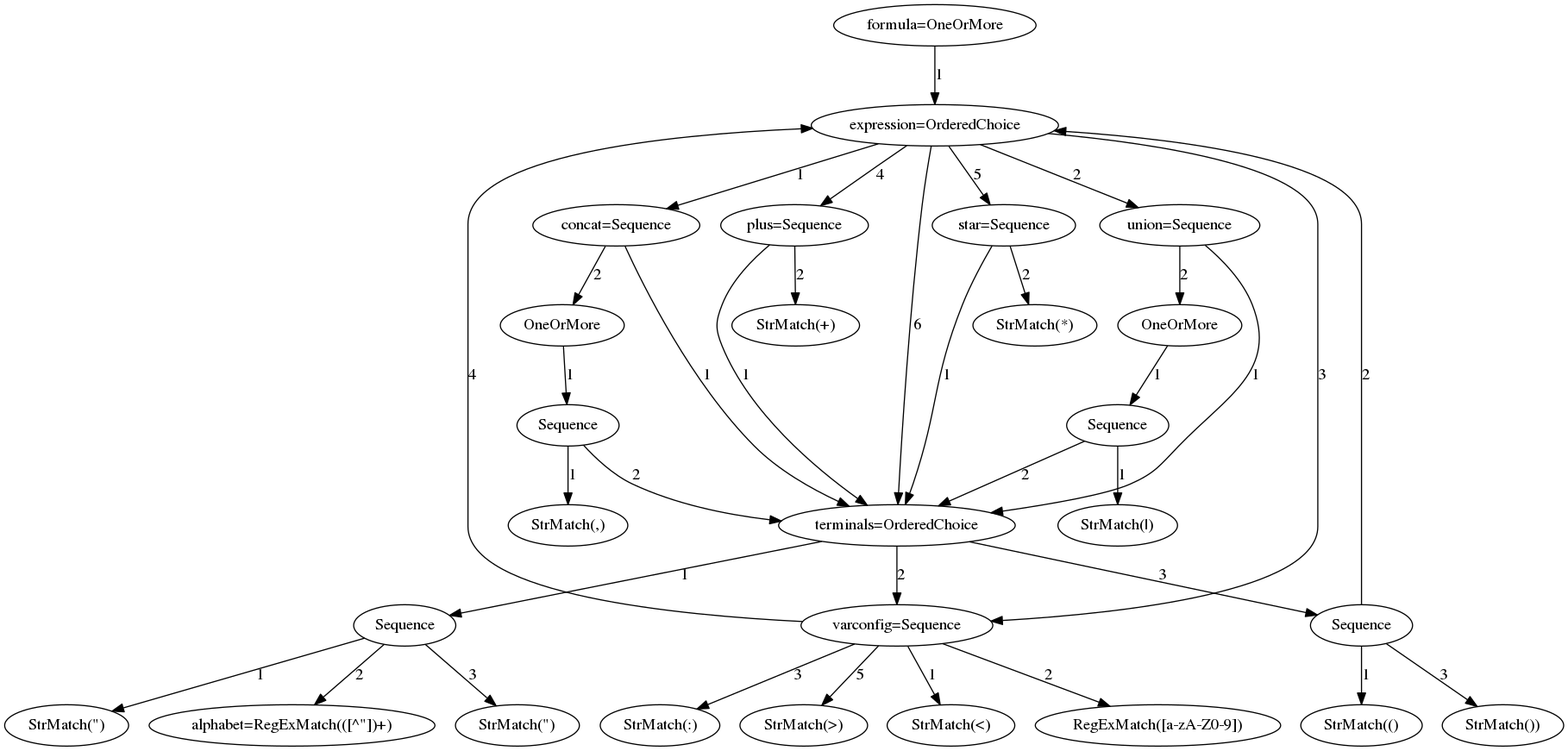
This is formula_parser_model.dot.png from yipsimon/DocumentSpanners_MSc, a Graphviz export, as it was before one commit. Its source is kept beside it as formula_parser_model.dot.
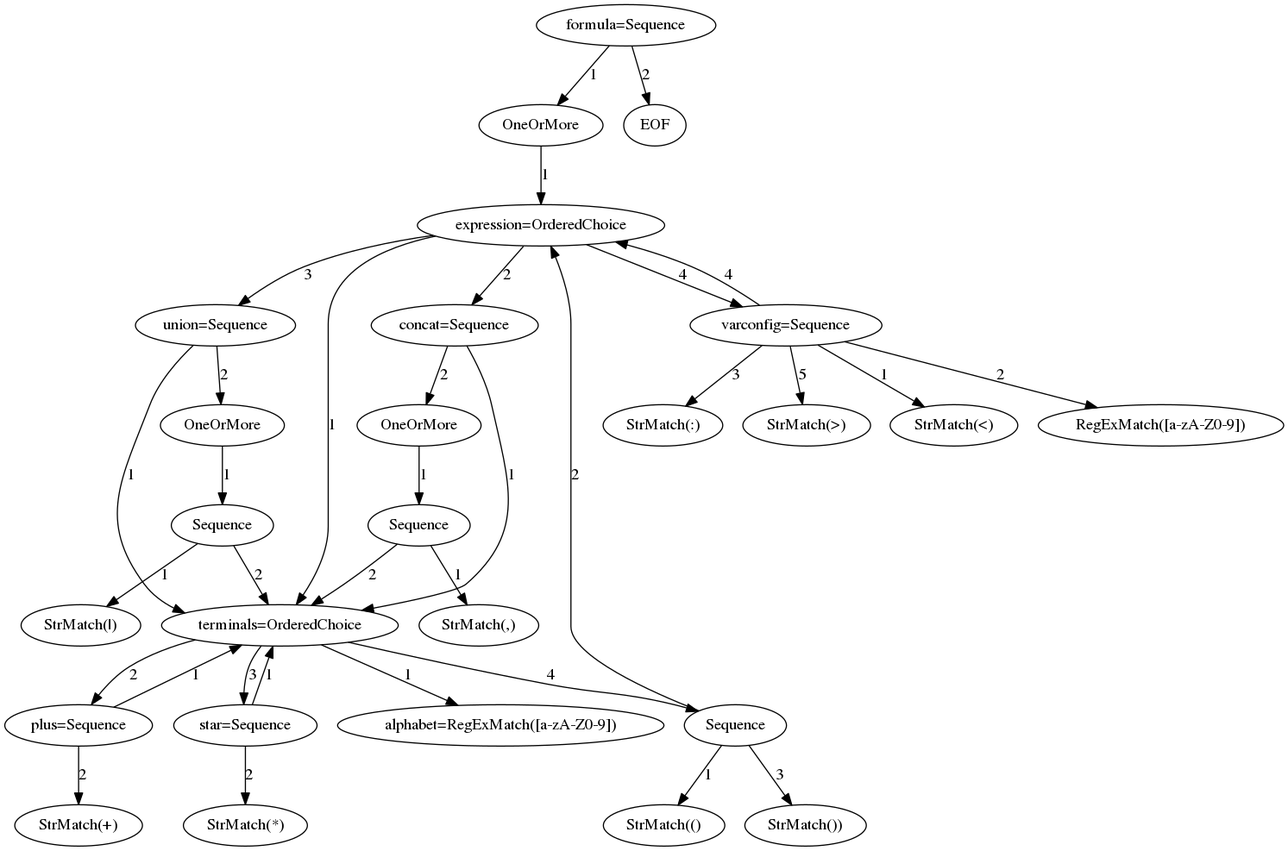
Later version of the same file.

Diff of the diagram source:
```diff
@@ -1,99 +1,96 @@
 digraph arpeggio_graph {
-139739041235072 [label="formula=OneOrMore"];
-139739041235072->139739041235184 [label="1"]
+140060072292080 [label="formula=Sequence"];
+140060072292080->140060072292024 [label="1"]
 
-139739041235184 [label="expression=OrderedChoice"];
-139739041235184->139739039646384 [label="1"]
+140060072292024 [label="OneOrMore"];
+140060072292024->140060070736616 [label="1"]
 
-139739039646384 [label="concat=Sequence"];
-139739039646384->139739028059192 [label="1"]
+140060070736616 [label="expression=OrderedChoice"];
+140060070736616->140060059144936 [label="1"]
 
-139739028059192 [label="terminals=OrderedChoice"];
-139739028059192->139739028059360 [label="1"]
+140060059144936 [label="concat=Sequence"];
+140060059144936->140060059145272 [label="1"]
 
-139739028059360 [label="Sequence"];
-139739028059360->139739028059584 [label="1"]
+140060059145272 [label="terminals=OrderedChoice"];
+140060059145272->140060059144992 [label="1"]
 
-139739028059584 [label="StrMatch(\")"];
-139739028059360->139739028059248 [label="2"]
+140060059144992 [label="plus=Sequence"];
+140060059144992->140060059145272 [label="1"]
 
-139739028059248 [label="alphabet=RegExMatch(([^\"])+)"];
-139739028059360->139739028059640 [label="3"]
+140060059144992->140060059146000 [label="2"]
 
-139739028059640 [label="StrMatch(\")"];
-139739028059192->139739028060256 [label="2"]
+140060059146000 [label="StrMatch(+)"];
+140060059145272->140060059145048 [label="2"]
 
-139739028060256 [label="varconfig=Sequence"];
-139739028060256->139739028062048 [label="1"]
+140060059145048 [label="star=Sequence"];
+140060059145048->140060059145272 [label="1"]
 
-139739028062048 [label="StrMatch(<)"];
-139739028060256->139739028060368 [label="2"]
+140060059145048->140060059147792 [label="2"]
 
-139739028060368 [label="RegExMatch([a-zA-Z0-9])"];
-139739028060256->139739028062160 [label="3"]
+140060059147792 [label="StrMatch(*)"];
+140060059145272->140060059145384 [label="3"]
 
-139739028062160 [label="StrMatch(:)"];
-139739028060256->139739041235184 [label="4"]
+140060059145384 [label="Sequence"];
+140060059145384->140060059147848 [label="1"]
 
-139739028060256->139739028059304 [label="5"]
+140060059147848 [label="StrMatch(()"];
+140060059145384->140060070736616 [label="2"]
 
-139739028059304 [label="StrMatch(>)"];
-139739028059192->139739028059528 [label="3"]
+140060059145384->140060059147904 [label="3"]
 
-139739028059528 [label="Sequence"];
-139739028059528->139739028107336 [label="1"]
+140060059147904 [label="StrMatch())"];
+140060059145272->140060059147960 [label="4"]
 
-139739028107336 [label="StrMatch(()"];
-139739028059528->139739041235184 [label="2"]
+140060059147960 [label="alphabet=RegExMatch(([^\\,\\|\\<\\>\\*\\+])+)"];
+140060059145272->140060059148072 [label="5"]
 
-139739028059528->139739028107448 [label="3"]
+140060059148072 [label="varconfig=Sequence"];
+140060059148072->140060059148184 [label="1"]
 
-139739028107448 [label="StrMatch())"];
-139739039646384->139739039646496 [label="2"]
+140060059148184 [label="StrMatch(<)"];
+140060059148072->140060059148128 [label="2"]
 
-139739039646496 [label="OneOrMore"];
-139739039646496->139739028059472 [label="1"]
+140060059148128 [label="RegExMatch([a-zA-Z0-9])"];
+140060059148072->140060059148016 [label="3"]
 
-139739028059472 [label="Sequence"];
-139739028059472->139739028062104 [label="1"]
+140060059148016 [label="StrMatch(:)"];
+140060059148072->140060070736616 [label="4"]
 
-139739028062104 [label="StrMatch(,)"];
-139739028059472->139739028059192 [label="2"]
+140060059148072->140060059197512 [label="5"]
 
-139739041235184->139739028060088 [label="2"]
+140060059197512 [label="StrMatch(>)"];
+140060059144936->140060059145216 [label="2"]
 
-139739028060088 [label="union=Sequence"];
-139739028060088->139739028059192 [label="1"]
+140060059145216 [label="OneOrMore"];
+140060059145216->140060059145328 [label="1"]
 
-139739028060088->139739028059416 [label="2"]
+140060059145328 [label="Sequence"];
+140060059145328->140060059148240 [label="1"]
 
-139739028059416 [label="OneOrMore"];
-139739028059416->139739028107392 [label="1"]
+140060059148240 [label="StrMatch(,)"];
+140060059145328->140060059145272 [label="2"]
 
-139739028107392 [label="Sequence"];
-139739028107392->139739028107616 [label="1"]
+140060070736616->140060059146112 [label="2"]
 
-139739028107616 [label="StrMatch(|)"];
-139739028107392->139739028059192 [label="2"]
+140060059146112 [label="union=Sequence"];
+140060059146112->140060059145272 [label="1"]
 
-139739041235184->139739028060256 [label="3"]
+140060059146112->140060059145104 [label="2"]
 
-139739041235184->139739028107504 [label="4"]
+140060059145104 [label="OneOrMore"];
+140060059145104->140060059197736 [label="1"]
 
-139739028107504 [label="plus=Sequence"];
-139739028107504->139739028059192 [label="1"]
+140060059197736 [label="Sequence"];
+140060059197736->140060059197624 [label="1"]
 
-139739028107504->139739028107672 [label="2"]
+140060059197624 [label="StrMatch(|)"];
+140060059197736->140060059145272 [label="2"]
 
-139739028107672 [label="StrMatch(+)"];
-139739041235184->139739028107560 [label="5"]
+140060070736616->140060059148072 [label="3"]
 
-139739028107560 [label="star=Sequence"];
-139739028107560->139739028059192 [label="1"]
+140060070736616->140060059145272 [label="4"]
 
-139739028107560->139739028107784 [label="2"]
+140060072292080->140060070736168 [label="2"]
 
-139739028107784 [label="StrMatch(*)"];
-139739041235184->139739028059192 [label="6"]
-
+140060070736168 [label="EOF"];
 }
```
